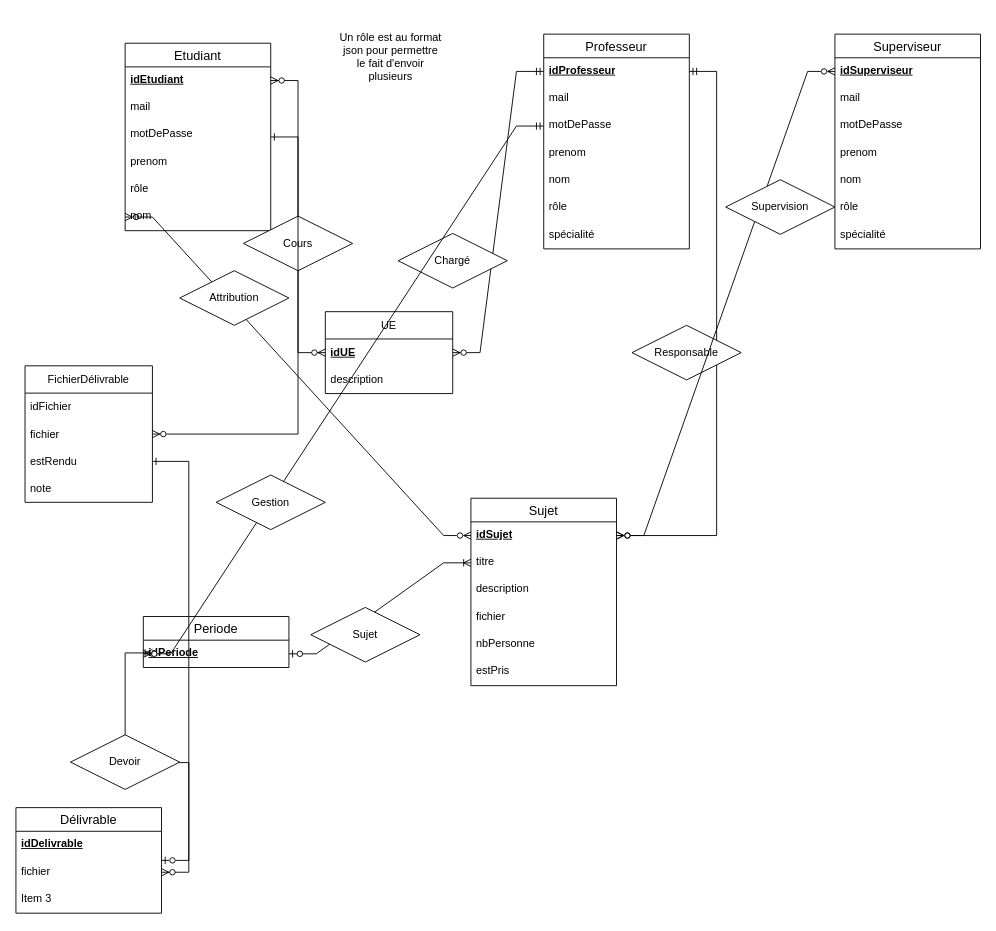
Eragon6080/ProjetLogiciel2024 keeps this draw.io diagram as page "Schéma entité-relation" (2 of 2) of Docs/diagrammes/entiteRelationBD.drawio. Above is the earlier version. Source tidied: cells renumbered, new cells numbered last; positions are measured from the earlier drawing's top-left corner, leaving out a move shared by most shapes. Both pictures are drawn from the tidied source at 91%, with x=0, y=0 at pixel (15, 15).
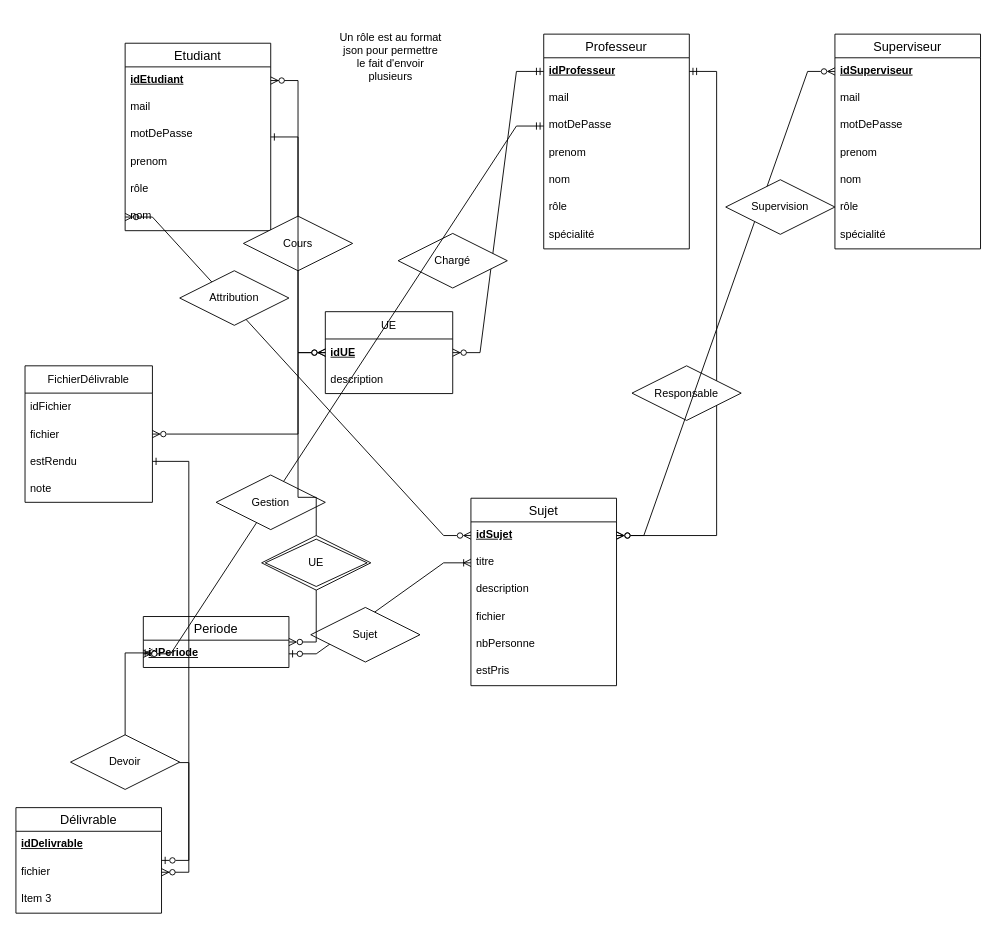
The same page after the edit.

The change refers to these unchanged cells:
```xml
<mxCell id="18" value="idUE" style="text;strokeColor=none;fillColor=none;align=left;verticalAlign=middle;spacingLeft=4;spacingRight=4;overflow=hidden;points=[[0,0.5],[1,0.5]];portConstraint=eastwest;whiteSpace=wrap;html=1;fontStyle=5;" parent="17" vertex="1">
  <mxGeometry y="30" width="140" height="30" as="geometry" />
</mxCell>
<mxCell id="34" value="Periode" style="swimlane;fontStyle=0;horizontal=1;startSize=26;align=center;fontSize=14;" parent="1" vertex="1">
  <mxGeometry x="140" y="660" width="160" height="56" as="geometry" />
</mxCell>
```

Diff of the diagram source:
```diff
@@
     <mxCell id="32" value="Responsable" style="shape=rhombus;perimeter=rhombusPerimeter;whiteSpace=wrap;html=1;align=center;" parent="1" vertex="1">
-      <mxGeometry x="677" y="340" width="120" height="60" as="geometry" />
+      <mxGeometry x="677" y="384.5" width="120" height="60" as="geometry" />
     </mxCell>
@@
+    <mxCell id="65" style="edgeStyle=entityRelationEdgeStyle;fontSize=12;html=1;endArrow=ERzeroToMany;endFill=0;rounded=0;entryX=0;entryY=0.5;entryDx=0;entryDy=0;startArrow=ERzeroToMany;startFill=0;" parent="1" edge="1" source="34" target="18">
+      <mxGeometry relative="1" as="geometry" />
+    </mxCell>
+    <mxCell id="66" value="UE" style="shape=rhombus;double=1;perimeter=rhombusPerimeter;whiteSpace=wrap;html=1;align=center;" parent="1" vertex="1">
+      <mxGeometry x="270" y="571" width="120" height="60" as="geometry" />
+    </mxCell>
```
